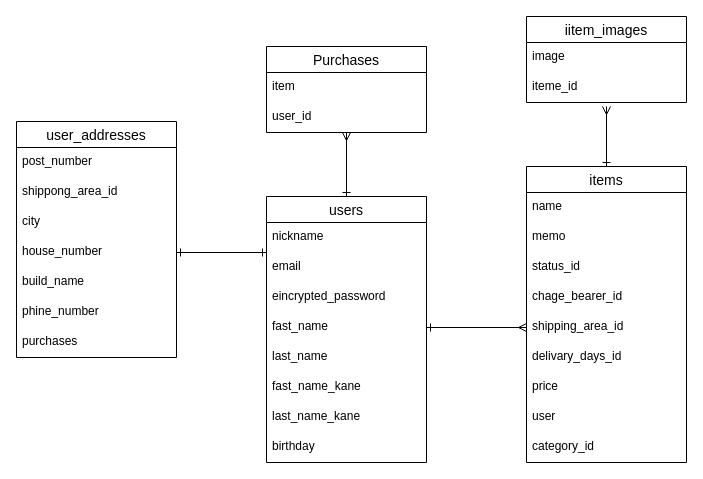
haya88100/furima-39177 keeps this draw.io diagram as test.dio. Above is the earlier version. Source tidied: cells renumbered, new cells numbered last; positions are measured from the earlier drawing's top-left corner, leaving out a move shared by most shapes. Both pictures are drawn from the tidied source at 100%, with x=0, y=0 at pixel (16, 16).
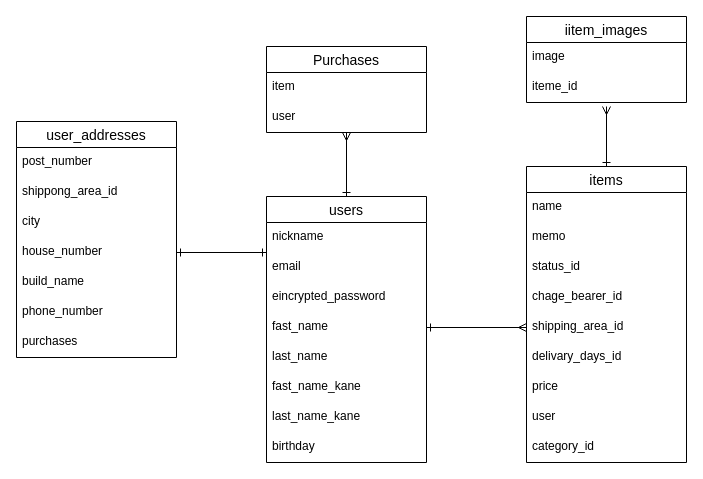
The same diagram, later.

Unchanged cells that the change refers to:
```xml
<mxCell id="28" value="user_addresses" style="swimlane;fontStyle=0;horizontal=1;startSize=26;align=center;fontSize=14;" parent="1" vertex="1">
  <mxGeometry y="105" width="160" height="236" as="geometry" />
</mxCell>
<mxCell id="37" value="Purchases" style="swimlane;fontStyle=0;horizontal=1;startSize=26;align=center;fontSize=14;" parent="1" vertex="1">
  <mxGeometry x="250" y="30" width="160" height="86" as="geometry" />
</mxCell>
```

Change to the diagram source:
```diff
@@
-    <mxCell id="34" value="phine_number" style="text;strokeColor=none;fillColor=none;spacingLeft=4;spacingRight=4;overflow=hidden;fontSize=12;" parent="28" vertex="1">
+    <mxCell id="34" value="phone_number" style="text;strokeColor=none;fillColor=none;spacingLeft=4;spacingRight=4;overflow=hidden;fontSize=12;" parent="28" vertex="1">
       <mxGeometry y="176" width="160" height="30" as="geometry" />
     </mxCell>
@@
-    <mxCell id="39" value="user_id" style="text;strokeColor=none;fillColor=none;spacingLeft=4;spacingRight=4;overflow=hidden;points=[[0,0.5],[1,0.5]];portConstraint=eastwest;fontSize=12;" parent="37" vertex="1">
+    <mxCell id="39" value="user" style="text;strokeColor=none;fillColor=none;spacingLeft=4;spacingRight=4;overflow=hidden;points=[[0,0.5],[1,0.5]];portConstraint=eastwest;fontSize=12;" parent="37" vertex="1">
       <mxGeometry y="56" width="160" height="30" as="geometry" />
     </mxCell>
```
